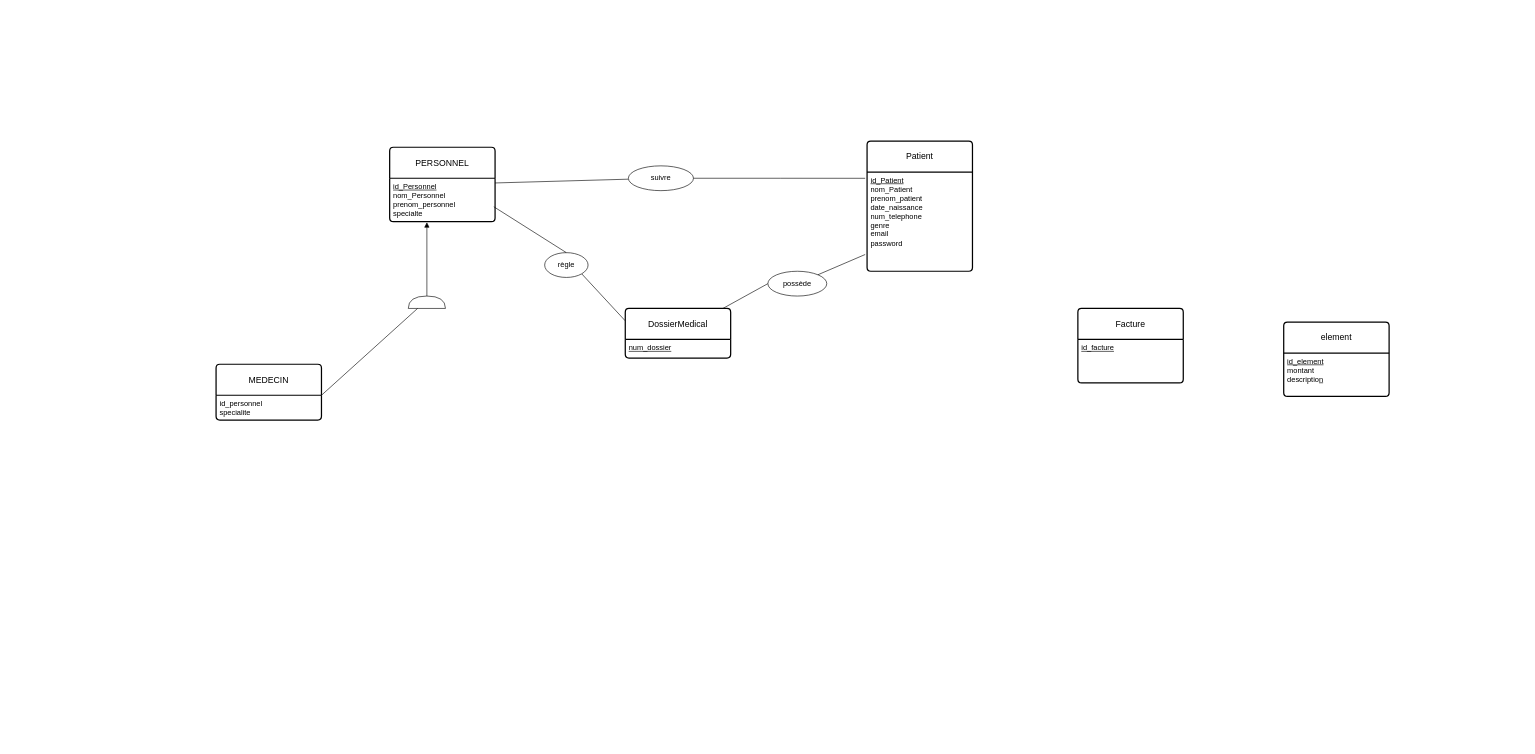
Above: Untitled Diagram.drawio in riadriadriad/labMcd (draw.io), before the change. Source tidied: cells renumbered, new cells numbered last; positions are measured from the earlier drawing's top-left corner, leaving out a move shared by most shapes. Both pictures are drawn from the tidied source at 62%, with x=0, y=0 at pixel (216, 141).
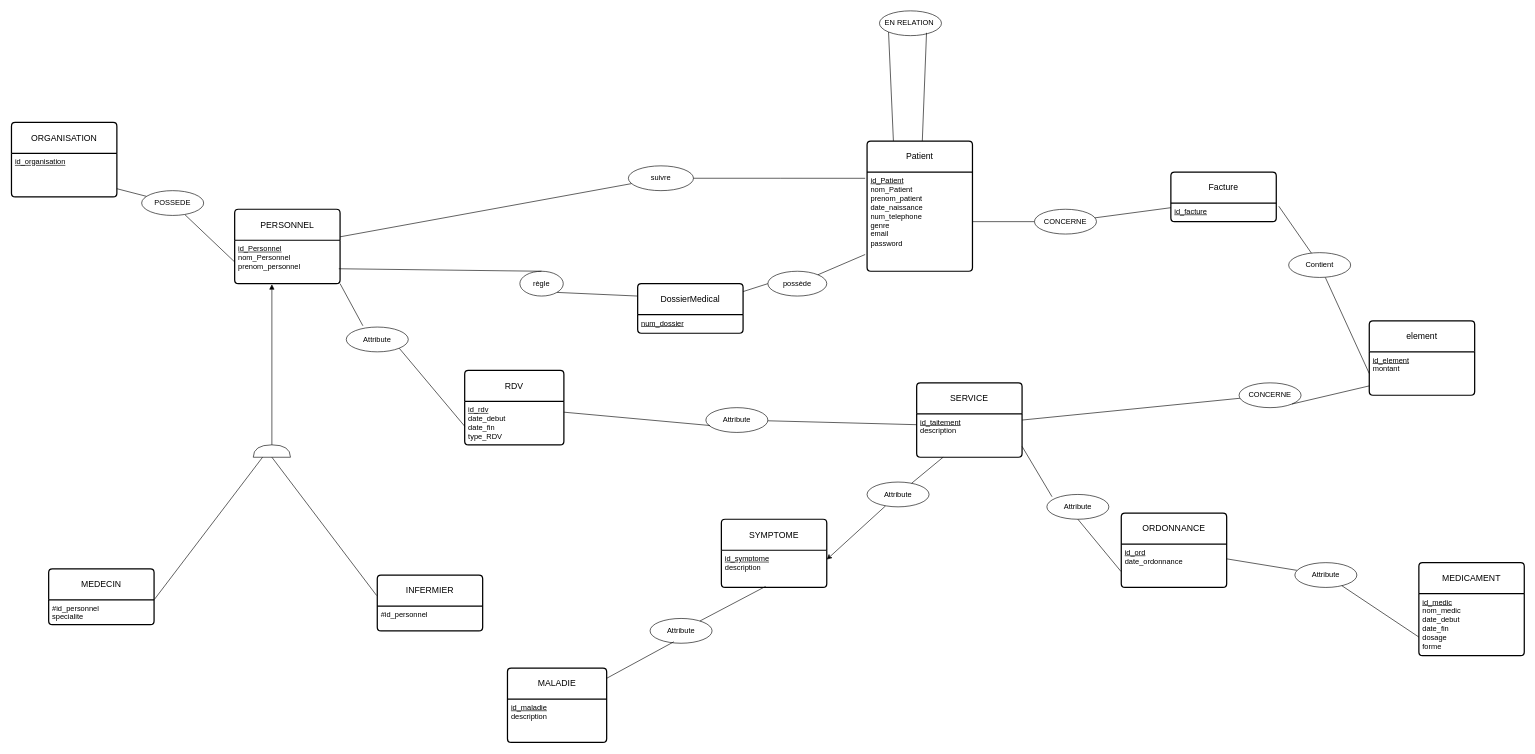
The same page after the edit.

The change refers to these unchanged cells:
```xml
<mxCell id="7" value="Patient" style="swimlane;horizontal=1;startSize=50;rounded=1;fontSize=14;fontStyle=0;strokeWidth=2;shadow=0;dashed=0;align=center;arcSize=4;whiteSpace=wrap;html=1;" parent="1" vertex="1">
  <mxGeometry x="1050" width="170" height="210" as="geometry" />
</mxCell>
<mxCell id="8" value="&lt;u&gt;id_Patient&lt;br&gt;&lt;/u&gt;nom_Patient&lt;br&gt;prenom_patient&lt;br&gt;date_naissance&lt;br&gt;num_telephone&lt;br&gt;genre&lt;br&gt;email&lt;br&gt;password" style="align=left;strokeColor=none;fillColor=none;spacingLeft=4;fontSize=12;verticalAlign=top;html=1;" parent="7" vertex="1">
  <mxGeometry y="50" width="170" height="160" as="geometry" />
</mxCell>
```

Change to the diagram source:
```diff
@@
     <mxCell id="4" value="PERSONNEL" style="swimlane;horizontal=1;startSize=50;rounded=1;fontSize=14;fontStyle=0;strokeWidth=2;shadow=0;dashed=0;align=center;arcSize=4;whiteSpace=wrap;html=1;" parent="1" vertex="1">
-      <mxGeometry x="280" y="10" width="170" height="120" as="geometry" />
+      <mxGeometry x="30" y="110" width="170" height="120" as="geometry" />
     </mxCell>
-    <mxCell id="5" value="&lt;u&gt;id_Personnel&lt;br&gt;&lt;/u&gt;nom_Personnel&lt;br&gt;prenom_personnel&lt;br&gt;specialte" style="align=left;strokeColor=none;fillColor=none;spacingLeft=4;fontSize=12;verticalAlign=top;html=1;" parent="4" vertex="1">
+    <mxCell id="5" value="&lt;u&gt;id_Personnel&lt;br&gt;&lt;/u&gt;nom_Personnel&lt;br&gt;prenom_personnel&lt;br&gt;" style="align=left;strokeColor=none;fillColor=none;spacingLeft=4;fontSize=12;verticalAlign=top;html=1;" parent="4" vertex="1">
       <mxGeometry y="50" width="170" height="70" as="geometry" />
     </mxCell>
@@
+    <mxCell id="27" style="rounded=0;jettySize=auto;html=1;exitX=0.25;exitY=0;exitDx=0;exitDy=0;entryX=0;entryY=1;entryDx=0;entryDy=0;endArrow=none;endFill=0;" parent="1" edge="1" source="7" target="39">
+      <mxGeometry relative="1" as="geometry" />
+    </mxCell>
@@
     <mxCell id="11" value="DossierMedical" style="swimlane;horizontal=1;startSize=50;rounded=1;fontSize=14;fontStyle=0;strokeWidth=2;shadow=0;dashed=0;align=center;arcSize=4;whiteSpace=wrap;html=1;" parent="1" vertex="1">
-      <mxGeometry x="660" y="270" width="170" height="80" as="geometry" />
+      <mxGeometry x="680" y="230" width="170" height="80" as="geometry" />
     </mxCell>
@@
     <mxCell id="16" value="règle" style="ellipse;whiteSpace=wrap;html=1;align=center;" parent="1" vertex="1">
-      <mxGeometry x="530" y="180" width="70" height="40" as="geometry" />
+      <mxGeometry x="490" y="210" width="70" height="40" as="geometry" />
     </mxCell>
@@
     <mxCell id="18" value="Facture" style="swimlane;horizontal=1;startSize=50;rounded=1;fontSize=14;fontStyle=0;strokeWidth=2;shadow=0;dashed=0;align=center;arcSize=4;whiteSpace=wrap;html=1;" parent="1" vertex="1">
-      <mxGeometry x="1390" y="270" width="170" height="120" as="geometry" />
+      <mxGeometry x="1540" y="50" width="170" height="80" as="geometry" />
     </mxCell>
     <mxCell id="19" value="&lt;u&gt;id_facture&lt;br&gt;&lt;br&gt;&lt;/u&gt;" style="align=left;strokeColor=none;fillColor=none;spacingLeft=4;fontSize=12;verticalAlign=top;html=1;" parent="18" vertex="1">
-      <mxGeometry y="50" width="170" height="70" as="geometry" />
+      <mxGeometry y="50" width="170" height="30" as="geometry" />
     </mxCell>
     <mxCell id="20" value="element" style="swimlane;horizontal=1;startSize=50;rounded=1;fontSize=14;fontStyle=0;strokeWidth=2;shadow=0;dashed=0;align=center;arcSize=4;whiteSpace=wrap;html=1;" parent="1" vertex="1">
-      <mxGeometry x="1722" y="292" width="170" height="120" as="geometry" />
+      <mxGeometry x="1860" y="290" width="170" height="120" as="geometry" />
     </mxCell>
-    <mxCell id="21" value="&lt;u&gt;id_element&lt;/u&gt;&lt;br&gt;montant&lt;br&gt;descriptio&lt;u&gt;n&lt;/u&gt;" style="align=left;strokeColor=none;fillColor=none;spacingLeft=4;fontSize=12;verticalAlign=top;html=1;" parent="20" vertex="1">
+    <mxCell id="21" value="&lt;u&gt;id_element&lt;/u&gt;&lt;br&gt;montant&lt;br&gt;" style="align=left;strokeColor=none;fillColor=none;spacingLeft=4;fontSize=12;verticalAlign=top;html=1;" parent="20" vertex="1">
       <mxGeometry y="50" width="170" height="70" as="geometry" />
     </mxCell>
     <mxCell id="22" value="MEDECIN" style="swimlane;horizontal=1;startSize=50;rounded=1;fontSize=14;fontStyle=0;strokeWidth=2;shadow=0;dashed=0;align=center;arcSize=4;whiteSpace=wrap;html=1;" parent="1" vertex="1">
-      <mxGeometry y="360" width="170" height="90" as="geometry" />
+      <mxGeometry x="-270" y="690" width="170" height="90" as="geometry" />
     </mxCell>
-    <mxCell id="23" value="id_personnel&lt;br&gt;specialite" style="align=left;strokeColor=none;fillColor=none;spacingLeft=4;fontSize=12;verticalAlign=top;html=1;" parent="22" vertex="1">
+    <mxCell id="23" value="#id_personnel&lt;br&gt;specialite" style="align=left;strokeColor=none;fillColor=none;spacingLeft=4;fontSize=12;verticalAlign=top;html=1;" parent="22" vertex="1">
       <mxGeometry y="50" width="170" height="40" as="geometry" />
     </mxCell>
     <mxCell id="24" style="shape=or;whiteSpace=wrap;html=1;direction=north;" parent="1" vertex="1">
-      <mxGeometry x="310" y="250" width="60" height="20" as="geometry" />
+      <mxGeometry x="60" y="490" width="60" height="20" as="geometry" />
     </mxCell>
@@
+    <mxCell id="28" value="INFERMIER" style="swimlane;horizontal=1;startSize=50;rounded=1;fontSize=14;fontStyle=0;strokeWidth=2;shadow=0;dashed=0;align=center;arcSize=4;whiteSpace=wrap;html=1;" parent="1" vertex="1">
+      <mxGeometry x="260" y="700" width="170" height="90" as="geometry" />
+    </mxCell>
+    <mxCell id="29" value="#id_personnel" style="align=left;strokeColor=none;fillColor=none;spacingLeft=4;fontSize=12;verticalAlign=top;html=1;" parent="28" vertex="1">
+      <mxGeometry y="50" width="170" height="40" as="geometry" />
+    </mxCell>
+    <mxCell id="30" style="rounded=0;jettySize=auto;html=1;entryX=0;entryY=0.5;entryDx=0;entryDy=0;entryPerimeter=0;endArrow=none;endFill=0;exitX=-0.006;exitY=0.367;exitDx=0;exitDy=0;exitPerimeter=0;" parent="1" edge="1" source="28" target="24">
+      <mxGeometry relative="1" as="geometry" />
+    </mxCell>
+    <mxCell id="31" style="rounded=0;jettySize=auto;html=1;entryX=0;entryY=0.5;entryDx=0;entryDy=0;endArrow=none;endFill=0;" parent="1" edge="1" source="32" target="21">
+      <mxGeometry relative="1" as="geometry" />
+    </mxCell>
+    <mxCell id="32" value="Contient" style="ellipse;whiteSpace=wrap;html=1;align=center;" parent="1" vertex="1">
+      <mxGeometry x="1730" y="180" width="100" height="40" as="geometry" />
+    </mxCell>
+    <mxCell id="33" style="rounded=0;jettySize=auto;html=1;entryX=1.024;entryY=0.171;entryDx=0;entryDy=0;entryPerimeter=0;endArrow=none;endFill=0;" parent="1" edge="1" source="32" target="19">
+      <mxGeometry relative="1" as="geometry" />
+    </mxCell>
+    <mxCell id="34" value="SERVICE" style="swimlane;horizontal=1;startSize=50;rounded=1;fontSize=14;fontStyle=0;strokeWidth=2;shadow=0;dashed=0;align=center;arcSize=4;whiteSpace=wrap;html=1;" parent="1" vertex="1">
+      <mxGeometry x="1130" y="390" width="170" height="120" as="geometry" />
+    </mxCell>
+    <mxCell id="35" value="&lt;u&gt;id_taitement&lt;br&gt;&lt;/u&gt;description" style="align=left;strokeColor=none;fillColor=none;spacingLeft=4;fontSize=12;verticalAlign=top;html=1;" parent="34" vertex="1">
+      <mxGeometry y="50" width="170" height="70" as="geometry" />
+    </mxCell>
+    <mxCell id="36" style="rounded=0;jettySize=auto;html=1;entryX=1;entryY=0.5;entryDx=0;entryDy=0;endArrow=none;endFill=0;" parent="1" edge="1" source="37" target="34">
+      <mxGeometry relative="1" as="geometry" />
+    </mxCell>
+    <mxCell id="37" value="CONCERNE" style="ellipse;whiteSpace=wrap;html=1;align=center;" parent="1" vertex="1">
+      <mxGeometry x="1650" y="390" width="100" height="40" as="geometry" />
+    </mxCell>
+    <mxCell id="38" style="rounded=0;jettySize=auto;html=1;entryX=1;entryY=1;entryDx=0;entryDy=0;endArrow=none;endFill=0;" parent="1" edge="1" source="21" target="37">
+      <mxGeometry relative="1" as="geometry" />
+    </mxCell>
+    <mxCell id="39" value="EN RELATION&amp;nbsp;" style="ellipse;whiteSpace=wrap;html=1;align=center;" parent="1" vertex="1">
+      <mxGeometry x="1070" y="-210" width="100" height="40" as="geometry" />
+    </mxCell>
+    <mxCell id="40" style="rounded=0;jettySize=auto;html=1;entryX=0.759;entryY=0.886;entryDx=0;entryDy=0;entryPerimeter=0;endArrow=none;endFill=0;" parent="1" edge="1" source="7" target="39">
+      <mxGeometry relative="1" as="geometry" />
+    </mxCell>
+    <mxCell id="41" style="rounded=0;jettySize=auto;html=1;entryX=0;entryY=0.25;entryDx=0;entryDy=0;endArrow=none;endFill=0;" parent="1" edge="1" source="43" target="19">
+      <mxGeometry relative="1" as="geometry" />
+    </mxCell>
+    <mxCell id="42" style="rounded=0;jettySize=auto;html=1;endArrow=none;endFill=0;" parent="1" edge="1" source="43" target="8">
+      <mxGeometry relative="1" as="geometry" />
+    </mxCell>
+    <mxCell id="43" value="CONCERNE" style="ellipse;whiteSpace=wrap;html=1;align=center;" parent="1" vertex="1">
+      <mxGeometry x="1320" y="110" width="100" height="40" as="geometry" />
+    </mxCell>
+    <mxCell id="44" value="RDV" style="swimlane;horizontal=1;startSize=50;rounded=1;fontSize=14;fontStyle=0;strokeWidth=2;shadow=0;dashed=0;align=center;arcSize=4;whiteSpace=wrap;html=1;" parent="1" vertex="1">
+      <mxGeometry x="401" y="370" width="160" height="120" as="geometry" />
+    </mxCell>
+    <mxCell id="45" value="&lt;u&gt;id_rdv&lt;/u&gt;&lt;br&gt;date_debut&lt;br&gt;date_fin&lt;br&gt;type_RDV" style="align=left;strokeColor=none;fillColor=none;spacingLeft=4;fontSize=12;verticalAlign=top;html=1;" parent="44" vertex="1">
+      <mxGeometry y="50" width="160" height="70" as="geometry" />
+    </mxCell>
+    <mxCell id="46" style="rounded=0;jettySize=auto;html=1;entryX=0;entryY=0.25;entryDx=0;entryDy=0;endArrow=none;endFill=0;" parent="1" edge="1" source="47" target="35">
+      <mxGeometry relative="1" as="geometry" />
+    </mxCell>
+    <mxCell id="47" value="Attribute" style="ellipse;whiteSpace=wrap;html=1;align=center;" parent="1" vertex="1">
+      <mxGeometry x="790" y="430" width="100" height="40" as="geometry" />
+    </mxCell>
+    <mxCell id="48" style="rounded=0;jettySize=auto;html=1;exitX=1;exitY=1;exitDx=0;exitDy=0;entryX=0;entryY=0.75;entryDx=0;entryDy=0;endArrow=none;endFill=0;" parent="1" edge="1" source="49" target="44">
+      <mxGeometry relative="1" as="geometry" />
+    </mxCell>
+    <mxCell id="49" value="Attribute" style="ellipse;whiteSpace=wrap;html=1;align=center;" parent="1" vertex="1">
+      <mxGeometry x="210" y="300" width="100" height="40" as="geometry" />
+    </mxCell>
+    <mxCell id="50" style="rounded=0;jettySize=auto;html=1;entryX=0.068;entryY=0.721;entryDx=0;entryDy=0;entryPerimeter=0;endArrow=none;endFill=0;" parent="1" edge="1" source="44" target="47">
+      <mxGeometry relative="1" as="geometry" />
+    </mxCell>
+    <mxCell id="51" style="rounded=0;jettySize=auto;html=1;exitX=1;exitY=1;exitDx=0;exitDy=0;entryX=0.268;entryY=-0.052;entryDx=0;entryDy=0;entryPerimeter=0;endArrow=none;endFill=0;" parent="1" edge="1" source="5" target="49">
+      <mxGeometry relative="1" as="geometry" />
+    </mxCell>
+    <mxCell id="52" value="SYMPTOME" style="swimlane;horizontal=1;startSize=50;rounded=1;fontSize=14;fontStyle=0;strokeWidth=2;shadow=0;dashed=0;align=center;arcSize=4;whiteSpace=wrap;html=1;" parent="1" vertex="1">
+      <mxGeometry x="815" y="610" width="170" height="110" as="geometry" />
+    </mxCell>
+    <mxCell id="53" value="&lt;u&gt;id_symptome&lt;br&gt;&lt;/u&gt;description" style="align=left;strokeColor=none;fillColor=none;spacingLeft=4;fontSize=12;verticalAlign=top;html=1;" parent="52" vertex="1">
+      <mxGeometry y="50" width="170" height="60" as="geometry" />
+    </mxCell>
+    <mxCell id="54" style="edgeStyle=orthogonalEdgeStyle;rounded=0;orthogonalLoop=1;jettySize=auto;html=1;exitX=0.5;exitY=1;exitDx=0;exitDy=0;" parent="52" edge="1" source="53" target="53">
+      <mxGeometry relative="1" as="geometry" />
+    </mxCell>
+    <mxCell id="55" value="MALADIE" style="swimlane;horizontal=1;startSize=50;rounded=1;fontSize=14;fontStyle=0;strokeWidth=2;shadow=0;dashed=0;align=center;arcSize=4;whiteSpace=wrap;html=1;" parent="1" vertex="1">
+      <mxGeometry x="470" y="850" width="160" height="120" as="geometry" />
+    </mxCell>
+    <mxCell id="56" value="&lt;u&gt;id_maladie&lt;/u&gt;&lt;br&gt;description" style="align=left;strokeColor=none;fillColor=none;spacingLeft=4;fontSize=12;verticalAlign=top;html=1;" parent="55" vertex="1">
+      <mxGeometry y="50" width="160" height="70" as="geometry" />
+    </mxCell>
+    <mxCell id="57" style="rounded=0;jettySize=auto;html=1;entryX=1;entryY=0.25;entryDx=0;entryDy=0;" parent="1" edge="1" source="58" target="53">
+      <mxGeometry relative="1" as="geometry" />
+    </mxCell>
+    <mxCell id="58" value="Attribute" style="ellipse;whiteSpace=wrap;html=1;align=center;" parent="1" vertex="1">
+      <mxGeometry x="1050" y="550" width="100" height="40" as="geometry" />
+    </mxCell>
+    <mxCell id="59" value="Attribute" style="ellipse;whiteSpace=wrap;html=1;align=center;" parent="1" vertex="1">
+      <mxGeometry x="700" y="770" width="100" height="40" as="geometry" />
+    </mxCell>
+    <mxCell id="60" value="ORDONNANCE" style="swimlane;horizontal=1;startSize=50;rounded=1;fontSize=14;fontStyle=0;strokeWidth=2;shadow=0;dashed=0;align=center;arcSize=4;whiteSpace=wrap;html=1;" parent="1" vertex="1">
+      <mxGeometry x="1460" y="600" width="170" height="120" as="geometry" />
+    </mxCell>
+    <mxCell id="61" value="&lt;u&gt;id_ord&lt;/u&gt;&lt;br&gt;date_ordonnance" style="align=left;strokeColor=none;fillColor=none;spacingLeft=4;fontSize=12;verticalAlign=top;html=1;" parent="60" vertex="1">
+      <mxGeometry y="50" width="170" height="70" as="geometry" />
+    </mxCell>
+    <mxCell id="62" value="MEDICAMENT" style="swimlane;horizontal=1;startSize=50;rounded=1;fontSize=14;fontStyle=0;strokeWidth=2;shadow=0;dashed=0;align=center;arcSize=4;whiteSpace=wrap;html=1;" parent="1" vertex="1">
+      <mxGeometry x="1940" y="680" width="170" height="150" as="geometry" />
+    </mxCell>
+    <mxCell id="63" value="&lt;u&gt;id_medic&lt;/u&gt;&lt;br&gt;nom_medic&lt;br&gt;date_debut&lt;br&gt;date_fin&lt;br&gt;dosage&lt;br&gt;forme" style="align=left;strokeColor=none;fillColor=none;spacingLeft=4;fontSize=12;verticalAlign=top;html=1;" parent="62" vertex="1">
+      <mxGeometry y="50" width="170" height="100" as="geometry" />
+    </mxCell>
+    <mxCell id="64" value="Attribute" style="ellipse;whiteSpace=wrap;html=1;align=center;" parent="1" vertex="1">
+      <mxGeometry x="1340" y="570" width="100" height="40" as="geometry" />
+    </mxCell>
+    <mxCell id="65" style="rounded=0;jettySize=auto;html=1;endArrow=none;endFill=0;" parent="1" edge="1" source="66" target="60">
+      <mxGeometry relative="1" as="geometry" />
+    </mxCell>
+    <mxCell id="66" value="Attribute" style="ellipse;whiteSpace=wrap;html=1;align=center;" parent="1" vertex="1">
+      <mxGeometry x="1740" y="680" width="100" height="40" as="geometry" />
+    </mxCell>
+    <mxCell id="67" style="rounded=0;jettySize=auto;html=1;entryX=0;entryY=0.7;entryDx=0;entryDy=0;entryPerimeter=0;endArrow=none;endFill=0;" parent="1" edge="1" source="66" target="63">
+      <mxGeometry relative="1" as="geometry" />
+    </mxCell>
+    <mxCell id="68" value="ORGANISATION" style="swimlane;horizontal=1;startSize=50;rounded=1;fontSize=14;fontStyle=0;strokeWidth=2;shadow=0;dashed=0;align=center;arcSize=4;whiteSpace=wrap;html=1;" parent="1" vertex="1">
+      <mxGeometry x="-330" y="-30" width="170" height="120" as="geometry" />
+    </mxCell>
+    <mxCell id="69" value="&lt;u&gt;id_organisation&lt;br&gt;&lt;br&gt;&lt;/u&gt;" style="align=left;strokeColor=none;fillColor=none;spacingLeft=4;fontSize=12;verticalAlign=top;html=1;" parent="68" vertex="1">
+      <mxGeometry y="50" width="170" height="70" as="geometry" />
+    </mxCell>
+    <mxCell id="70" style="rounded=0;jettySize=auto;html=1;endArrow=none;endFill=0;" parent="1" edge="1" source="72" target="69">
+      <mxGeometry relative="1" as="geometry" />
+    </mxCell>
+    <mxCell id="71" style="rounded=0;jettySize=auto;html=1;entryX=0;entryY=0.5;entryDx=0;entryDy=0;endArrow=none;endFill=0;" parent="1" edge="1" source="72" target="5">
+      <mxGeometry relative="1" as="geometry" />
+    </mxCell>
+    <mxCell id="72" value="POSSEDE" style="ellipse;whiteSpace=wrap;html=1;align=center;" parent="1" vertex="1">
+      <mxGeometry x="-120" y="80" width="100" height="40" as="geometry" />
+    </mxCell>
+    <mxCell id="73" style="rounded=0;jettySize=auto;html=1;exitX=1;exitY=0.75;exitDx=0;exitDy=0;entryX=0.083;entryY=0.092;entryDx=0;entryDy=0;entryPerimeter=0;endArrow=none;endFill=0;" parent="1" edge="1" source="35" target="64">
+      <mxGeometry relative="1" as="geometry" />
+    </mxCell>
+    <mxCell id="74" style="rounded=0;jettySize=auto;html=1;exitX=0.5;exitY=1;exitDx=0;exitDy=0;entryX=-0.002;entryY=0.633;entryDx=0;entryDy=0;entryPerimeter=0;endArrow=none;endFill=0;" parent="1" edge="1" source="64" target="61">
+      <mxGeometry relative="1" as="geometry" />
+    </mxCell>
+    <mxCell id="75" style="rounded=0;jettySize=auto;html=1;endArrow=none;endFill=0;" parent="1" edge="1" source="35" target="58">
+      <mxGeometry relative="1" as="geometry" />
+    </mxCell>
+    <mxCell id="76" style="rounded=0;jettySize=auto;html=1;entryX=0.383;entryY=0.942;entryDx=0;entryDy=0;entryPerimeter=0;endArrow=none;endFill=0;" parent="1" edge="1" source="55" target="59">
+      <mxGeometry relative="1" as="geometry" />
+    </mxCell>
+    <mxCell id="77" style="rounded=0;jettySize=auto;html=1;entryX=0.42;entryY=0.972;entryDx=0;entryDy=0;entryPerimeter=0;endArrow=none;endFill=0;" parent="1" edge="1" source="59" target="53">
+      <mxGeometry relative="1" as="geometry" />
+    </mxCell>
```
